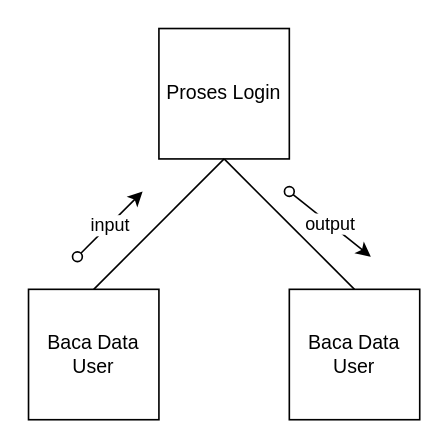
This is skripsi-bt1-1.drawio from raflialkindhi/graph-save, a draw.io file, before an edit. Source tidied: cells renumbered, new cells numbered last; positions are measured from the earlier drawing's top-left corner, leaving out a move shared by most shapes. Both pictures are drawn from the tidied source at 163%, with x=0, y=0 at pixel (28, 28).
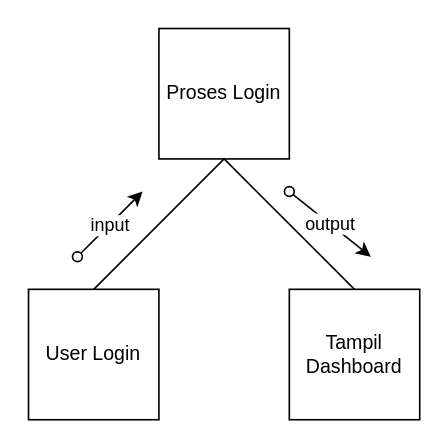
The same page after the edit.

The edit, as a diff of the source:
```diff
@@
 <mxGraphModel>
   <root>
     <mxCell id="0" />
     <mxCell id="1" parent="0" />
     <mxCell id="2" style="rounded=0;jettySize=auto;html=1;exitX=0.5;exitY=1;exitDx=0;exitDy=0;entryX=0.5;entryY=0;entryDx=0;entryDy=0;endArrow=none;endFill=0;" parent="1" edge="1" source="3" target="6">
       <mxGeometry relative="1" as="geometry" />
     </mxCell>
     <mxCell id="3" value="Proses Login" style="whiteSpace=wrap;html=1;" parent="1" vertex="1">
       <mxGeometry x="80" width="80" height="80" as="geometry" />
     </mxCell>
     <mxCell id="4" style="rounded=0;jettySize=auto;html=1;exitX=0.5;exitY=0;exitDx=0;exitDy=0;entryX=0.5;entryY=1;entryDx=0;entryDy=0;endArrow=none;endFill=0;" parent="1" edge="1" source="5" target="3">
       <mxGeometry relative="1" as="geometry" />
     </mxCell>
-    <mxCell id="5" value="Baca Data User" style="whiteSpace=wrap;html=1;" parent="1" vertex="1">
+    <mxCell id="5" value="User Login" style="whiteSpace=wrap;html=1;" parent="1" vertex="1">
       <mxGeometry y="160" width="80" height="80" as="geometry" />
     </mxCell>
-    <mxCell id="6" value="Baca Data User" style="whiteSpace=wrap;html=1;" parent="1" vertex="1">
+    <mxCell id="6" value="Tampil Dashboard" style="whiteSpace=wrap;html=1;" parent="1" vertex="1">
       <mxGeometry x="160" y="160" width="80" height="80" as="geometry" />
     </mxCell>
     <mxCell id="7" style="endArrow=classic;html=1;rounded=0;startArrow=oval;startFill=0;" parent="1" edge="1">
       <mxGeometry relative="1" as="geometry">
         <mxPoint x="30" y="140" as="sourcePoint" />
         <mxPoint x="70" y="100" as="targetPoint" />
       </mxGeometry>
     </mxCell>
     <mxCell id="8" value="input" style="edgeLabel;html=1;align=center;verticalAlign=middle;" parent="7" vertex="1">
       <mxGeometry relative="1" as="geometry" />
     </mxCell>
     <mxCell id="9" style="endArrow=classic;html=1;rounded=0;startArrow=oval;startFill=0;" parent="1" edge="1">
       <mxGeometry relative="1" as="geometry">
         <mxPoint x="160" y="100" as="sourcePoint" />
         <mxPoint x="210" y="140" as="targetPoint" />
       </mxGeometry>
     </mxCell>
     <mxCell id="10" value="output" style="edgeLabel;html=1;align=center;verticalAlign=middle;" parent="9" vertex="1">
       <mxGeometry relative="1" as="geometry" />
     </mxCell>
   </root>
 </mxGraphModel>
```
